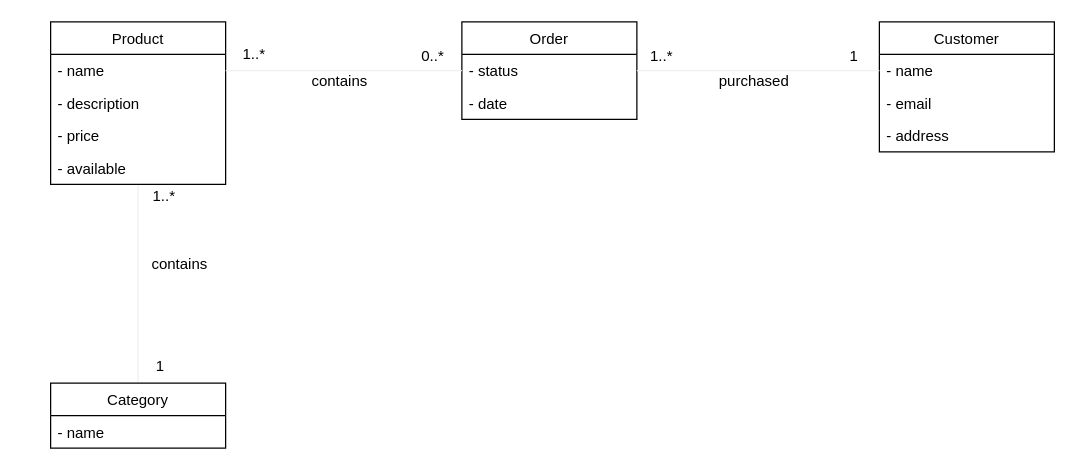
This is eshop-UML-model.drawio from VL-CZ/Eshop_DB, a draw.io file, before an edit. Source tidied: cells renumbered, new cells numbered last; positions are measured from the earlier drawing's top-left corner, leaving out a move shared by most shapes. Both pictures are drawn from the tidied source at 125%, with x=0, y=0 at pixel (50, 21).
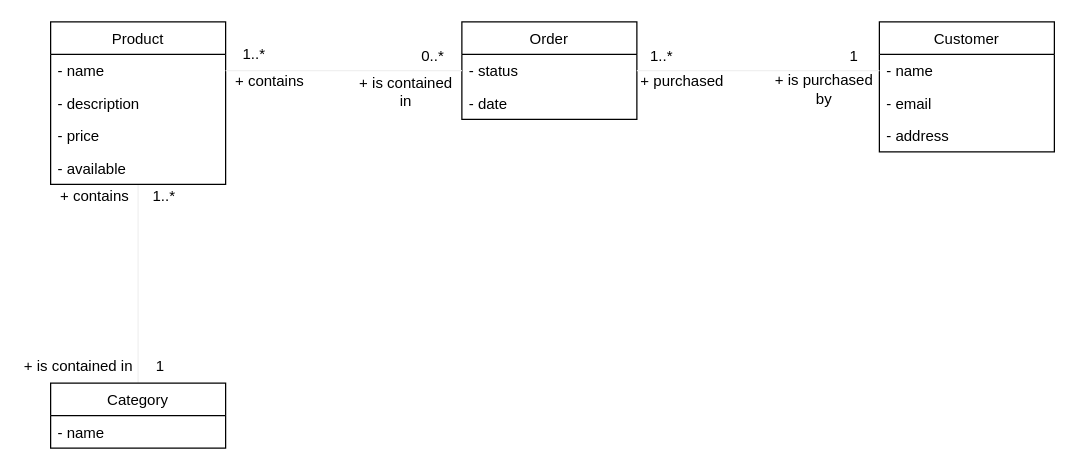
After the change.

Commit message (it also covers changes not shown here):
several changes, UML model enhanced

What changed in the source:
```diff
@@
-    <mxCell id="23" value="contains" style="text;html=1;strokeColor=none;fillColor=none;align=center;verticalAlign=middle;whiteSpace=wrap;rounded=0;" parent="1" vertex="1">
-      <mxGeometry x="68" y="184" width="71" height="20" as="geometry" />
+    <mxCell id="23" value="+ is contained in" style="text;html=1;strokeColor=none;fillColor=none;align=center;verticalAlign=middle;whiteSpace=wrap;rounded=0;" parent="1" vertex="1">
+      <mxGeometry x="-23" y="266" width="91" height="20" as="geometry" />
     </mxCell>
-    <mxCell id="24" value="contains" style="text;html=1;strokeColor=none;fillColor=none;align=center;verticalAlign=middle;whiteSpace=wrap;rounded=0;" parent="1" vertex="1">
-      <mxGeometry x="196" y="38" width="71" height="20" as="geometry" />
+    <mxCell id="24" value="+ contains" style="text;html=1;strokeColor=none;fillColor=none;align=center;verticalAlign=middle;whiteSpace=wrap;rounded=0;" parent="1" vertex="1">
+      <mxGeometry x="140" y="38" width="71" height="20" as="geometry" />
     </mxCell>
-    <mxCell id="25" value="purchased" style="text;html=1;strokeColor=none;fillColor=none;align=center;verticalAlign=middle;whiteSpace=wrap;rounded=0;" parent="1" vertex="1">
-      <mxGeometry x="530" y="38" width="66" height="20" as="geometry" />
+    <mxCell id="25" value="+ purchased" style="text;html=1;strokeColor=none;fillColor=none;align=center;verticalAlign=middle;whiteSpace=wrap;rounded=0;" parent="1" vertex="1">
+      <mxGeometry x="469" y="38" width="73" height="20" as="geometry" />
     </mxCell>
@@
+    <mxCell id="28" value="+ contains" style="text;html=1;strokeColor=none;fillColor=none;align=center;verticalAlign=middle;whiteSpace=wrap;rounded=0;" parent="1" vertex="1">
+      <mxGeometry y="130" width="71" height="20" as="geometry" />
+    </mxCell>
+    <mxCell id="29" value="+ is purchased by" style="text;html=1;strokeColor=none;fillColor=none;align=center;verticalAlign=middle;whiteSpace=wrap;rounded=0;" parent="1" vertex="1">
+      <mxGeometry x="575" y="39" width="88" height="30" as="geometry" />
+    </mxCell>
+    <mxCell id="30" value="+ is contained in" style="text;html=1;strokeColor=none;fillColor=none;align=center;verticalAlign=middle;whiteSpace=wrap;rounded=0;" parent="1" vertex="1">
+      <mxGeometry x="240" y="42" width="89" height="27" as="geometry" />
+    </mxCell>
```
